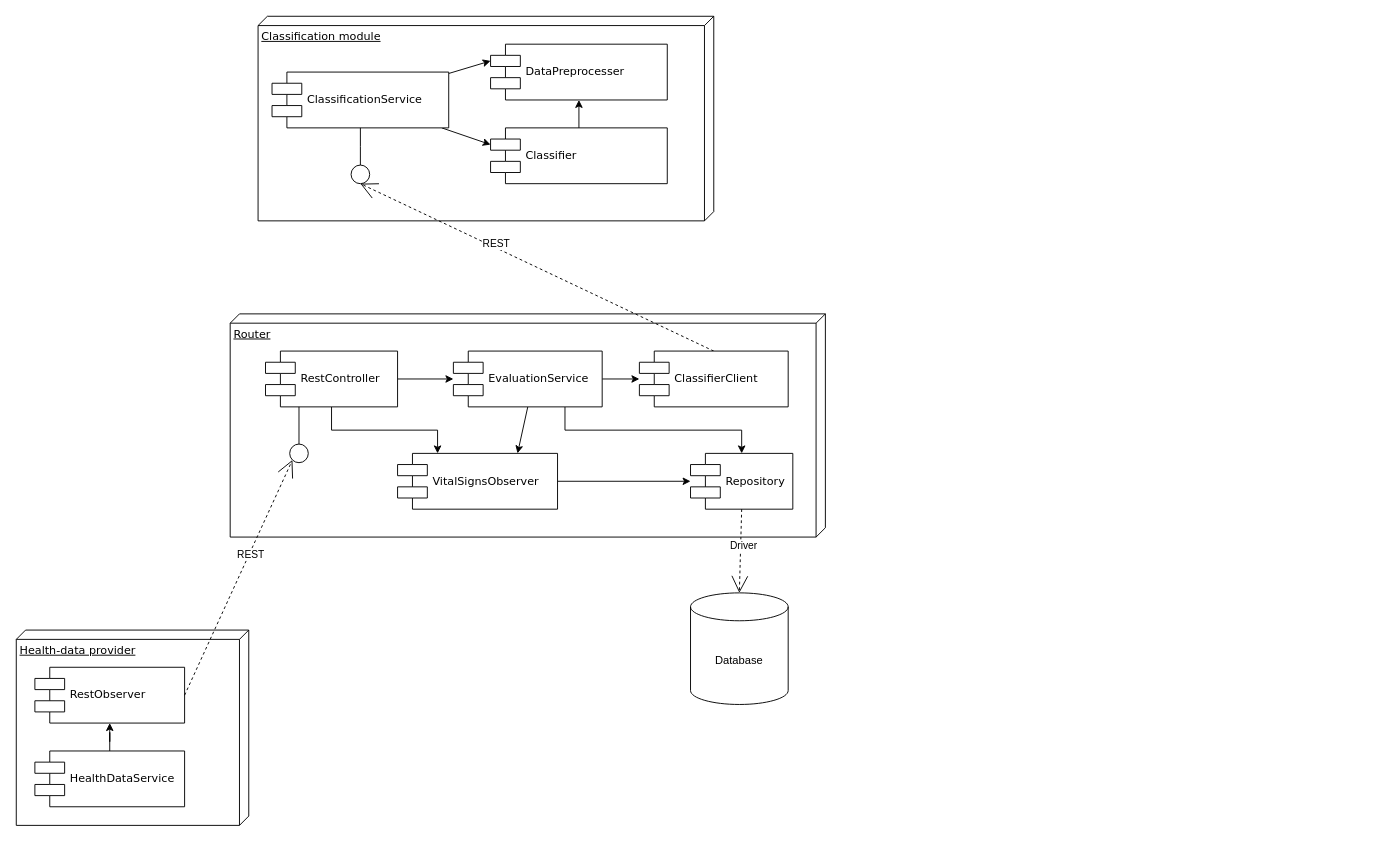
The draw.io diagram diagrams/ComponentDiagram.drawio in hollepat/VirtualDoctor_, before the edit. Source tidied: cells renumbered, new cells numbered last; positions are measured from the earlier drawing's top-left corner, leaving out a move shared by most shapes. Both pictures are drawn from the tidied source at 93%, with x=0, y=0 at pixel (16, 16).
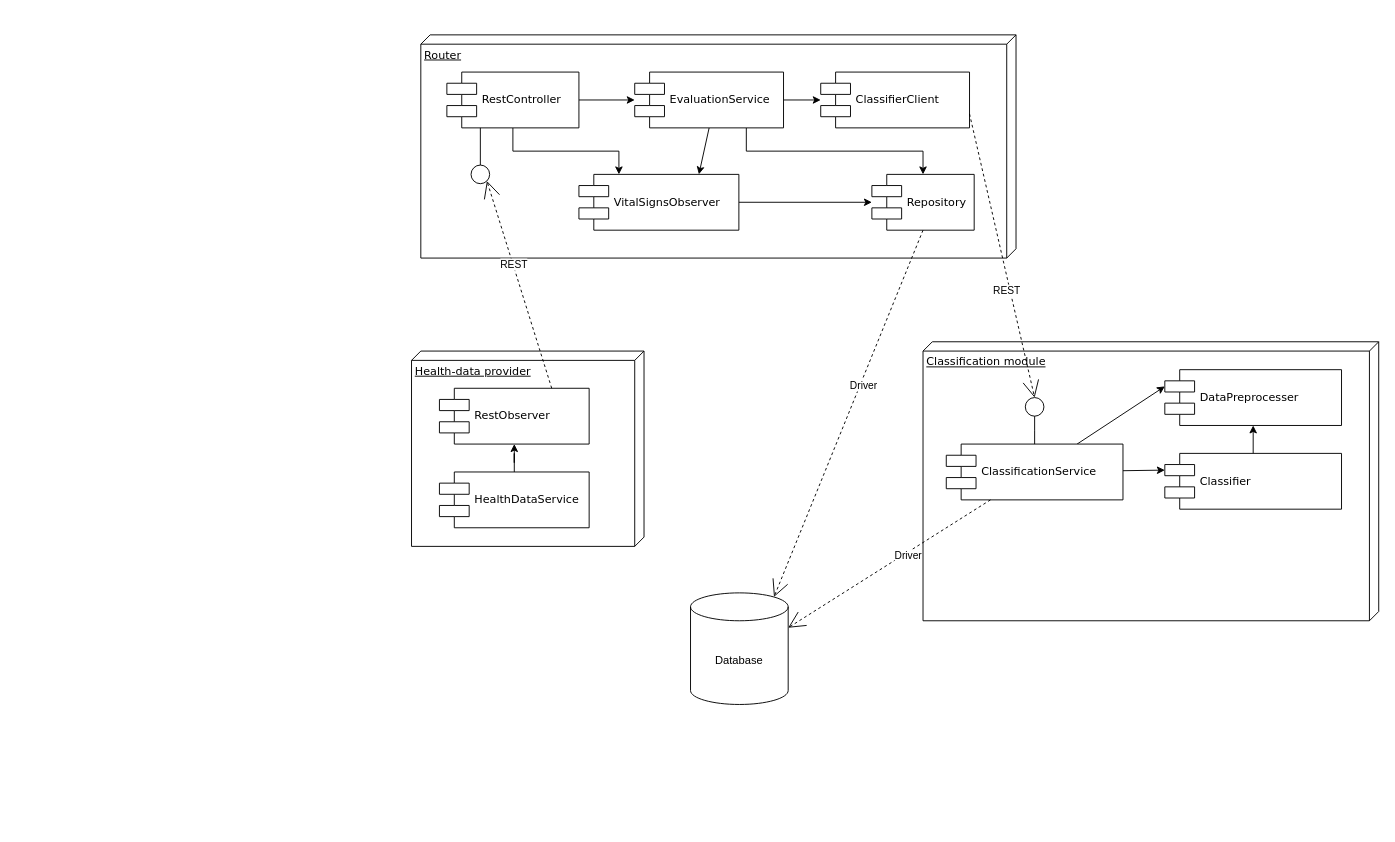
After the change.

The change refers to these unchanged cells:
```xml
<mxCell id="31" style="ellipse;whiteSpace=wrap;html=1;rounded=0;shadow=0;comic=0;labelBackgroundColor=none;strokeWidth=1;fontFamily=Verdana;fontSize=12;align=center;" parent="30" vertex="1">
  <mxGeometry width="20" height="20" as="geometry" />
</mxCell>
```

Diff of the diagram source:
```diff
@@
+    <mxCell id="7" value="Database" style="shape=cylinder3;whiteSpace=wrap;html=1;boundedLbl=1;backgroundOutline=1;size=15;" parent="1" vertex="1">
+      <mxGeometry x="725" y="620" width="105" height="120" as="geometry" />
+    </mxCell>
+    <mxCell id="38" style="group;" parent="1" vertex="1">
+      <mxGeometry x="435" y="20" width="640" height="240" as="geometry" />
+    </mxCell>
-    <mxCell id="2" value="Router" style="verticalAlign=top;align=left;spacingTop=8;spacingLeft=2;spacingRight=12;shape=cube;size=10;direction=south;fontStyle=4;html=1;rounded=0;shadow=0;comic=0;labelBackgroundColor=none;strokeWidth=1;fontFamily=Verdana;fontSize=12;" parent="1" vertex="1">
-      <mxGeometry x="230" y="320" width="640" height="240" as="geometry" />
+    <mxCell id="2" value="Router" style="verticalAlign=top;align=left;spacingTop=8;spacingLeft=2;spacingRight=12;shape=cube;size=10;direction=south;fontStyle=4;html=1;rounded=0;shadow=0;comic=0;labelBackgroundColor=none;strokeWidth=1;fontFamily=Verdana;fontSize=12;" parent="38" vertex="1">
+      <mxGeometry width="640" height="240" as="geometry" />
     </mxCell>
-    <mxCell id="3" style="rounded=0;jettySize=auto;html=1;entryX=0.75;entryY=0;entryDx=0;entryDy=0;exitX=0.5;exitY=1;exitDx=0;exitDy=0;" parent="1" edge="1" source="6" target="15">
+    <mxCell id="3" style="rounded=0;jettySize=auto;html=1;entryX=0.75;entryY=0;entryDx=0;entryDy=0;exitX=0.5;exitY=1;exitDx=0;exitDy=0;" parent="38" edge="1" source="6" target="15">
       <mxGeometry relative="1" as="geometry" />
     </mxCell>
-    <mxCell id="4" style="edgeStyle=orthogonalEdgeStyle;rounded=0;jettySize=auto;html=1;entryX=0.5;entryY=0;entryDx=0;entryDy=0;exitX=0.75;exitY=1;exitDx=0;exitDy=0;" parent="1" edge="1" source="6" target="11">
+    <mxCell id="4" style="edgeStyle=orthogonalEdgeStyle;rounded=0;jettySize=auto;html=1;entryX=0.5;entryY=0;entryDx=0;entryDy=0;exitX=0.75;exitY=1;exitDx=0;exitDy=0;" parent="38" edge="1" source="6" target="11">
       <mxGeometry relative="1" as="geometry" />
     </mxCell>
-    <mxCell id="5" style="edgeStyle=orthogonalEdgeStyle;rounded=0;jettySize=auto;html=1;" parent="1" edge="1" source="6" target="35">
+    <mxCell id="5" style="edgeStyle=orthogonalEdgeStyle;rounded=0;jettySize=auto;html=1;" parent="38" edge="1" source="6" target="35">
       <mxGeometry relative="1" as="geometry" />
     </mxCell>
-    <mxCell id="6" value="EvaluationService" style="shape=component;align=left;spacingLeft=36;rounded=0;shadow=0;comic=0;labelBackgroundColor=none;strokeWidth=1;fontFamily=Verdana;fontSize=12;html=1;" parent="1" vertex="1">
-      <mxGeometry x="470" y="360" width="160" height="60" as="geometry" />
+    <mxCell id="6" value="EvaluationService" style="shape=component;align=left;spacingLeft=36;rounded=0;shadow=0;comic=0;labelBackgroundColor=none;strokeWidth=1;fontFamily=Verdana;fontSize=12;html=1;" parent="38" vertex="1">
+      <mxGeometry x="230" y="40" width="160" height="60" as="geometry" />
     </mxCell>
-    <mxCell id="7" value="Database" style="shape=cylinder3;whiteSpace=wrap;html=1;boundedLbl=1;backgroundOutline=1;size=15;" parent="1" vertex="1">
-      <mxGeometry x="725" y="620" width="105" height="120" as="geometry" />
-    </mxCell>
-    <mxCell id="8" style="edgeStyle=orthogonalEdgeStyle;rounded=0;jettySize=auto;html=1;" parent="1" edge="1" source="10" target="6">
+    <mxCell id="8" style="edgeStyle=orthogonalEdgeStyle;rounded=0;jettySize=auto;html=1;" parent="38" edge="1" source="10" target="6">
       <mxGeometry relative="1" as="geometry" />
     </mxCell>
-    <mxCell id="9" style="edgeStyle=orthogonalEdgeStyle;rounded=0;jettySize=auto;html=1;entryX=0.25;entryY=0;entryDx=0;entryDy=0;" parent="1" edge="1" source="10" target="15">
+    <mxCell id="9" style="edgeStyle=orthogonalEdgeStyle;rounded=0;jettySize=auto;html=1;entryX=0.25;entryY=0;entryDx=0;entryDy=0;" parent="38" edge="1" source="10" target="15">
       <mxGeometry relative="1" as="geometry" />
     </mxCell>
-    <mxCell id="10" value="RestController" style="shape=component;align=left;spacingLeft=36;rounded=0;shadow=0;comic=0;labelBackgroundColor=none;strokeWidth=1;fontFamily=Verdana;fontSize=12;html=1;" parent="1" vertex="1">
-      <mxGeometry x="268" y="360" width="142" height="60" as="geometry" />
+    <mxCell id="10" value="RestController" style="shape=component;align=left;spacingLeft=36;rounded=0;shadow=0;comic=0;labelBackgroundColor=none;strokeWidth=1;fontFamily=Verdana;fontSize=12;html=1;" parent="38" vertex="1">
+      <mxGeometry x="28" y="40" width="142" height="60" as="geometry" />
     </mxCell>
-    <mxCell id="11" value="Repository" style="shape=component;align=left;spacingLeft=36;rounded=0;shadow=0;comic=0;labelBackgroundColor=none;strokeWidth=1;fontFamily=Verdana;fontSize=12;html=1;" parent="1" vertex="1">
-      <mxGeometry x="725" y="470" width="110" height="60" as="geometry" />
+    <mxCell id="11" value="Repository" style="shape=component;align=left;spacingLeft=36;rounded=0;shadow=0;comic=0;labelBackgroundColor=none;strokeWidth=1;fontFamily=Verdana;fontSize=12;html=1;" parent="38" vertex="1">
+      <mxGeometry x="485" y="150" width="110" height="60" as="geometry" />
     </mxCell>
+    <mxCell id="14" style="edgeStyle=orthogonalEdgeStyle;rounded=0;jettySize=auto;html=1;exitX=1;exitY=0.5;exitDx=0;exitDy=0;" parent="38" edge="1" source="15" target="11">
+      <mxGeometry relative="1" as="geometry" />
+    </mxCell>
+    <mxCell id="15" value="VitalSignsObserver" style="shape=component;align=left;spacingLeft=36;rounded=0;shadow=0;comic=0;labelBackgroundColor=none;strokeWidth=1;fontFamily=Verdana;fontSize=12;html=1;" parent="38" vertex="1">
+      <mxGeometry x="170" y="150" width="172" height="60" as="geometry" />
+    </mxCell>
+    <mxCell id="35" value="ClassifierClient" style="shape=component;align=left;spacingLeft=36;rounded=0;shadow=0;comic=0;labelBackgroundColor=none;strokeWidth=1;fontFamily=Verdana;fontSize=12;html=1;" parent="38" vertex="1">
+      <mxGeometry x="430" y="40" width="160" height="60" as="geometry" />
+    </mxCell>
+    <mxCell id="36" style="ellipse;whiteSpace=wrap;html=1;rounded=0;shadow=0;comic=0;labelBackgroundColor=none;strokeWidth=1;fontFamily=Verdana;fontSize=12;align=center;" parent="38" vertex="1">
+      <mxGeometry x="54" y="140" width="20" height="20" as="geometry" />
+    </mxCell>
+    <mxCell id="37" style="edgeStyle=elbowEdgeStyle;rounded=0;html=1;labelBackgroundColor=none;startArrow=none;startFill=0;startSize=8;endArrow=none;endFill=0;endSize=16;fontFamily=Verdana;fontSize=12;entryX=0.25;entryY=1;entryDx=0;entryDy=0;" parent="38" edge="1" source="36" target="10">
+      <mxGeometry relative="1" as="geometry" />
+    </mxCell>
-    <mxCell id="12" style="rounded=0;jettySize=auto;html=1;entryX=0.5;entryY=0;entryDx=0;entryDy=0;entryPerimeter=0;exitX=0.5;exitY=1;exitDx=0;exitDy=0;dashed=1;endArrow=open;endFill=0;endSize=16;" parent="1" edge="1" source="11" target="7">
+    <mxCell id="12" style="rounded=0;jettySize=auto;html=1;entryX=0.855;entryY=0;entryDx=0;entryDy=4.35;entryPerimeter=0;exitX=0.5;exitY=1;exitDx=0;exitDy=0;dashed=1;endArrow=open;endFill=0;endSize=16;" parent="1" edge="1" source="11" target="7">
       <mxGeometry relative="1" as="geometry" />
     </mxCell>
@@
-    <mxCell id="14" style="edgeStyle=orthogonalEdgeStyle;rounded=0;jettySize=auto;html=1;exitX=1;exitY=0.5;exitDx=0;exitDy=0;" parent="1" edge="1" source="15" target="11">
-      <mxGeometry relative="1" as="geometry" />
-    </mxCell>
-    <mxCell id="15" value="VitalSignsObserver" style="shape=component;align=left;spacingLeft=36;rounded=0;shadow=0;comic=0;labelBackgroundColor=none;strokeWidth=1;fontFamily=Verdana;fontSize=12;html=1;" parent="1" vertex="1">
-      <mxGeometry x="410" y="470" width="172" height="60" as="geometry" />
-    </mxCell>
+    <mxCell id="39" style="group;" parent="1" vertex="1">
+      <mxGeometry x="425" y="360" width="250" height="210" as="geometry" />
+    </mxCell>
-    <mxCell id="16" value="Health-data provider" style="verticalAlign=top;align=left;spacingTop=8;spacingLeft=2;spacingRight=12;shape=cube;size=10;direction=south;fontStyle=4;html=1;rounded=0;shadow=0;comic=0;labelBackgroundColor=none;strokeWidth=1;fontFamily=Verdana;fontSize=12;" parent="1" vertex="1">
-      <mxGeometry y="660" width="250" height="210" as="geometry" />
+    <mxCell id="16" value="Health-data provider" style="verticalAlign=top;align=left;spacingTop=8;spacingLeft=2;spacingRight=12;shape=cube;size=10;direction=south;fontStyle=4;html=1;rounded=0;shadow=0;comic=0;labelBackgroundColor=none;strokeWidth=1;fontFamily=Verdana;fontSize=12;" parent="39" vertex="1">
+      <mxGeometry width="250" height="210" as="geometry" />
     </mxCell>
-    <mxCell id="17" value="RestObserver" style="shape=component;align=left;spacingLeft=36;rounded=0;shadow=0;comic=0;labelBackgroundColor=none;strokeWidth=1;fontFamily=Verdana;fontSize=12;html=1;" parent="1" vertex="1">
-      <mxGeometry x="20" y="700" width="161" height="60" as="geometry" />
+    <mxCell id="17" value="RestObserver" style="shape=component;align=left;spacingLeft=36;rounded=0;shadow=0;comic=0;labelBackgroundColor=none;strokeWidth=1;fontFamily=Verdana;fontSize=12;html=1;" parent="39" vertex="1">
+      <mxGeometry x="30" y="40" width="161" height="60" as="geometry" />
     </mxCell>
+    <mxCell id="20" style="edgeStyle=orthogonalEdgeStyle;rounded=0;jettySize=auto;html=1;entryX=0.5;entryY=1;entryDx=0;entryDy=0;" parent="39" edge="1" source="21" target="17">
+      <mxGeometry relative="1" as="geometry" />
+    </mxCell>
+    <mxCell id="21" value="HealthDataService" style="shape=component;align=left;spacingLeft=36;rounded=0;shadow=0;comic=0;labelBackgroundColor=none;strokeWidth=1;fontFamily=Verdana;fontSize=12;html=1;" parent="39" vertex="1">
+      <mxGeometry x="30" y="130" width="161" height="60" as="geometry" />
+    </mxCell>
-    <mxCell id="18" style="rounded=0;jettySize=auto;html=1;entryX=0;entryY=1;entryDx=0;entryDy=0;exitX=1;exitY=0.5;exitDx=0;exitDy=0;dashed=1;endArrow=open;endFill=0;strokeWidth=1;endSize=16;" parent="1" edge="1" source="17" target="36">
+    <mxCell id="18" style="rounded=0;jettySize=auto;html=1;entryX=1;entryY=1;entryDx=0;entryDy=0;exitX=0.75;exitY=0;exitDx=0;exitDy=0;dashed=1;endArrow=open;endFill=0;strokeWidth=1;endSize=16;" parent="1" edge="1" source="17" target="36">
       <mxGeometry relative="1" as="geometry" />
     </mxCell>
@@
-    <mxCell id="20" style="edgeStyle=orthogonalEdgeStyle;rounded=0;jettySize=auto;html=1;entryX=0.5;entryY=1;entryDx=0;entryDy=0;" parent="1" edge="1" source="21" target="17">
-      <mxGeometry relative="1" as="geometry" />
-    </mxCell>
-    <mxCell id="21" value="HealthDataService" style="shape=component;align=left;spacingLeft=36;rounded=0;shadow=0;comic=0;labelBackgroundColor=none;strokeWidth=1;fontFamily=Verdana;fontSize=12;html=1;" parent="1" vertex="1">
-      <mxGeometry x="20" y="790" width="161" height="60" as="geometry" />
-    </mxCell>
-    <mxCell id="22" style="group;" parent="1" vertex="1">
-      <mxGeometry x="260" width="490" height="220" as="geometry" />
-    </mxCell>
-    <mxCell id="23" value="Classification module" style="verticalAlign=top;align=left;spacingTop=8;spacingLeft=2;spacingRight=12;shape=cube;size=10;direction=south;fontStyle=4;html=1;rounded=0;shadow=0;comic=0;labelBackgroundColor=none;strokeWidth=1;fontFamily=Verdana;fontSize=12;" parent="22" vertex="1">
-      <mxGeometry width="490" height="220" as="geometry" />
+    <mxCell id="23" value="Classification module" style="verticalAlign=top;align=left;spacingTop=8;spacingLeft=2;spacingRight=12;shape=cube;size=10;direction=south;fontStyle=4;html=1;rounded=0;shadow=0;comic=0;labelBackgroundColor=none;strokeWidth=1;fontFamily=Verdana;fontSize=12;" parent="1" vertex="1">
+      <mxGeometry x="975" y="350" width="490" height="300" as="geometry" />
     </mxCell>
-    <mxCell id="24" style="rounded=0;jettySize=auto;html=1;entryX=0;entryY=0.3;entryDx=0;entryDy=0;" parent="22" edge="1" source="26" target="29">
+    <mxCell id="24" style="rounded=0;jettySize=auto;html=1;entryX=0;entryY=0.3;entryDx=0;entryDy=0;" parent="1" edge="1" source="26" target="29">
       <mxGeometry relative="1" as="geometry" />
     </mxCell>
-    <mxCell id="25" style="rounded=0;jettySize=auto;html=1;entryX=0;entryY=0.3;entryDx=0;entryDy=0;" parent="22" edge="1" source="26" target="27">
+    <mxCell id="25" style="rounded=0;jettySize=auto;html=1;entryX=0;entryY=0.3;entryDx=0;entryDy=0;" parent="1" edge="1" source="26" target="27">
       <mxGeometry relative="1" as="geometry" />
     </mxCell>
-    <mxCell id="26" value="ClassificationService" style="shape=component;align=left;spacingLeft=36;rounded=0;shadow=0;comic=0;labelBackgroundColor=none;strokeWidth=1;fontFamily=Verdana;fontSize=12;html=1;" parent="22" vertex="1">
-      <mxGeometry x="15" y="60" width="190" height="60" as="geometry" />
-    </mxCell>
-    <mxCell id="27" value="DataPreprocesser" style="shape=component;align=left;spacingLeft=36;rounded=0;shadow=0;comic=0;labelBackgroundColor=none;strokeWidth=1;fontFamily=Verdana;fontSize=12;html=1;" parent="22" vertex="1">
-      <mxGeometry x="250" y="30" width="190" height="60" as="geometry" />
+    <mxCell id="27" value="DataPreprocesser" style="shape=component;align=left;spacingLeft=36;rounded=0;shadow=0;comic=0;labelBackgroundColor=none;strokeWidth=1;fontFamily=Verdana;fontSize=12;html=1;" parent="1" vertex="1">
+      <mxGeometry x="1235" y="380" width="190" height="60" as="geometry" />
     </mxCell>
-    <mxCell id="28" style="rounded=0;jettySize=auto;html=1;entryX=0.5;entryY=1;entryDx=0;entryDy=0;" parent="22" edge="1" source="29" target="27">
+    <mxCell id="28" style="rounded=0;jettySize=auto;html=1;entryX=0.5;entryY=1;entryDx=0;entryDy=0;" parent="1" edge="1" source="29" target="27">
       <mxGeometry relative="1" as="geometry" />
     </mxCell>
-    <mxCell id="29" value="Classifier" style="shape=component;align=left;spacingLeft=36;rounded=0;shadow=0;comic=0;labelBackgroundColor=none;strokeWidth=1;fontFamily=Verdana;fontSize=12;html=1;" parent="22" vertex="1">
-      <mxGeometry x="250" y="120" width="190" height="60" as="geometry" />
+    <mxCell id="29" value="Classifier" style="shape=component;align=left;spacingLeft=36;rounded=0;shadow=0;comic=0;labelBackgroundColor=none;strokeWidth=1;fontFamily=Verdana;fontSize=12;html=1;" parent="1" vertex="1">
+      <mxGeometry x="1235" y="470" width="190" height="60" as="geometry" />
     </mxCell>
+    <mxCell id="40" style="group;" parent="1" vertex="1">
+      <mxGeometry x="1085" y="410" width="20" height="20" as="geometry" />
+    </mxCell>
+    <mxCell id="41" style="group;" parent="40" vertex="1">
+      <mxGeometry width="20" height="20" as="geometry" />
+    </mxCell>
-    <mxCell id="30" style="group;" parent="22" vertex="1">
-      <mxGeometry x="100" y="160" width="20" height="20" as="geometry" />
+    <mxCell id="30" style="group;flipV=1;flipH=1;direction=west;" parent="41" vertex="1">
+      <mxGeometry width="20" height="20" as="geometry" />
     </mxCell>
@@
+    <mxCell id="42" style="group;" parent="1" vertex="1">
+      <mxGeometry x="1000" y="460" width="190" height="60" as="geometry" />
+    </mxCell>
+    <mxCell id="26" value="ClassificationService" style="shape=component;align=left;spacingLeft=36;rounded=0;shadow=0;comic=0;labelBackgroundColor=none;strokeWidth=1;fontFamily=Verdana;fontSize=12;html=1;" parent="42" vertex="1">
+      <mxGeometry width="190" height="60" as="geometry" />
+    </mxCell>
-    <mxCell id="32" style="edgeStyle=elbowEdgeStyle;rounded=0;html=1;labelBackgroundColor=none;startArrow=none;startFill=0;startSize=8;endArrow=none;endFill=0;endSize=16;fontFamily=Verdana;fontSize=12;entryX=0.5;entryY=1;entryDx=0;entryDy=0;" parent="30" edge="1" source="31" target="26">
+    <mxCell id="32" style="edgeStyle=elbowEdgeStyle;rounded=0;html=1;labelBackgroundColor=none;startArrow=none;startFill=0;startSize=8;endArrow=none;endFill=0;endSize=16;fontFamily=Verdana;fontSize=12;entryX=0.5;entryY=0;entryDx=0;entryDy=0;" parent="42" edge="1" source="31" target="26">
       <mxGeometry relative="1" as="geometry" />
     </mxCell>
-    <mxCell id="33" style="rounded=0;jettySize=auto;html=1;entryX=0.5;entryY=1;entryDx=0;entryDy=0;endArrow=open;endFill=0;dashed=1;endSize=16;startSize=8;exitX=0.5;exitY=0;exitDx=0;exitDy=0;" parent="1" edge="1" source="35" target="31">
+    <mxCell id="33" style="rounded=0;jettySize=auto;html=1;entryX=0.5;entryY=0;entryDx=0;entryDy=0;endArrow=open;endFill=0;dashed=1;endSize=16;startSize=8;exitX=1;exitY=0.75;exitDx=0;exitDy=0;" parent="1" edge="1" source="35" target="31">
       <mxGeometry relative="1" as="geometry" />
     </mxCell>
@@
-    <mxCell id="35" value="ClassifierClient" style="shape=component;align=left;spacingLeft=36;rounded=0;shadow=0;comic=0;labelBackgroundColor=none;strokeWidth=1;fontFamily=Verdana;fontSize=12;html=1;" parent="1" vertex="1">
-      <mxGeometry x="670" y="360" width="160" height="60" as="geometry" />
-    </mxCell>
-    <mxCell id="36" style="ellipse;whiteSpace=wrap;html=1;rounded=0;shadow=0;comic=0;labelBackgroundColor=none;strokeWidth=1;fontFamily=Verdana;fontSize=12;align=center;" parent="1" vertex="1">
-      <mxGeometry x="294" y="460" width="20" height="20" as="geometry" />
-    </mxCell>
-    <mxCell id="37" style="edgeStyle=elbowEdgeStyle;rounded=0;html=1;labelBackgroundColor=none;startArrow=none;startFill=0;startSize=8;endArrow=none;endFill=0;endSize=16;fontFamily=Verdana;fontSize=12;entryX=0.25;entryY=1;entryDx=0;entryDy=0;" parent="1" edge="1" source="36" target="10">
-      <mxGeometry relative="1" as="geometry" />
-    </mxCell>
+    <mxCell id="43" style="rounded=0;jettySize=auto;html=1;entryX=1;entryY=0;entryDx=0;entryDy=37.5;entryPerimeter=0;dashed=1;endArrow=open;endFill=0;endSize=16;" parent="1" edge="1" source="26" target="7">
+      <mxGeometry relative="1" as="geometry" />
+    </mxCell>
+    <mxCell id="44" value="Driver" style="edgeLabel;html=1;align=center;verticalAlign=middle;" parent="43" vertex="1">
+      <mxGeometry x="-0.17" y="3" relative="1" as="geometry" />
+    </mxCell>
```
